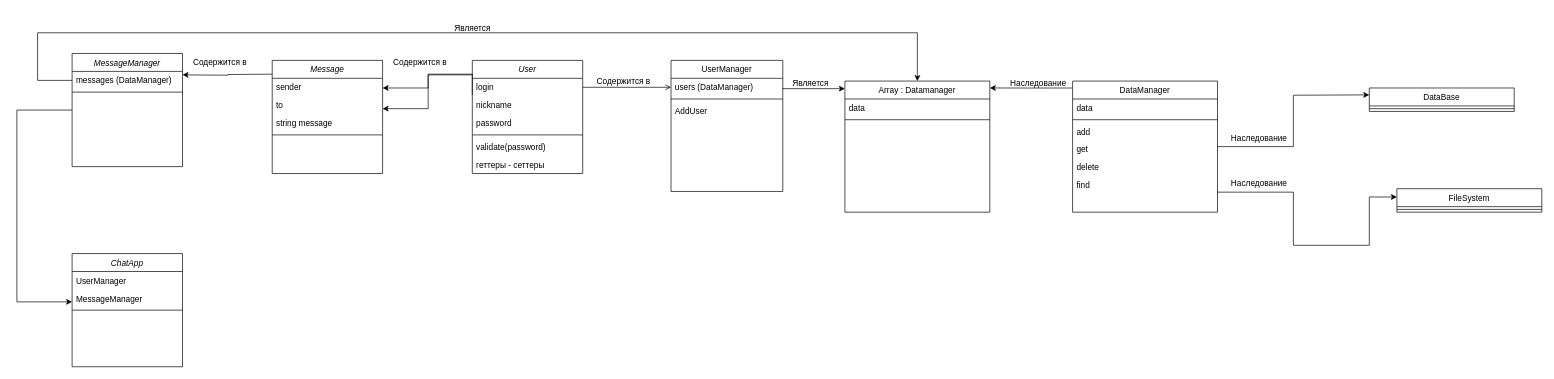
Before: Диаграмма без названия.drawio in Timash538/console-chat, a draw.io diagram. Source tidied: cells renumbered, new cells numbered last; positions are measured from the earlier drawing's top-left corner, leaving out a move shared by most shapes. Both pictures are drawn from the tidied source at 69%, with x=0, y=0 at pixel (17, 12).
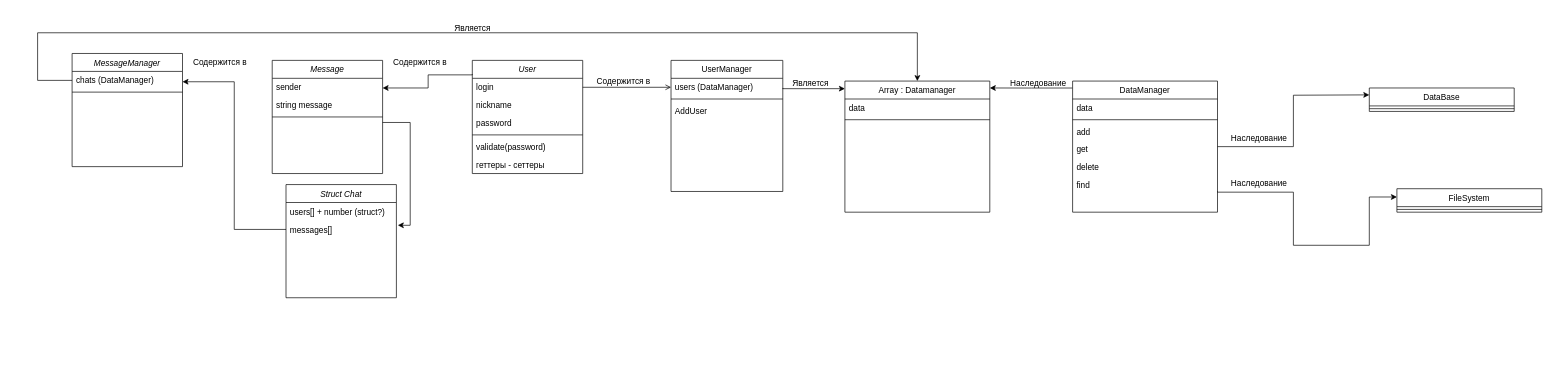
Above is the later version.

Unchanged cells that the change refers to:
```xml
<mxCell id="18" value="Message" style="swimlane;fontStyle=2;align=center;verticalAlign=top;horizontal=1;startSize=26;rounded=0;shadow=0;strokeWidth=1;" parent="1" vertex="1">
  <mxGeometry x="370" y="70" width="160" height="164" as="geometry" />
</mxCell>
<mxCell id="26" value="MessageManager" style="swimlane;fontStyle=2;align=center;verticalAlign=top;horizontal=1;startSize=26;rounded=0;shadow=0;strokeWidth=1;" parent="1" vertex="1">
  <mxGeometry x="80" y="60" width="160" height="164" as="geometry" />
</mxCell>
```

Diff of the diagram source:
```diff
@@
-    <mxCell id="20" value="to" style="text;align=left;verticalAlign=top;spacingLeft=4;spacingRight=4;overflow=hidden;rounded=0;shadow=0;html=0;" parent="18" vertex="1">
-      <mxGeometry y="52" width="160" height="26" as="geometry" />
-    </mxCell>
     <mxCell id="21" value="string message" style="text;align=left;verticalAlign=top;spacingLeft=4;spacingRight=4;overflow=hidden;rounded=0;shadow=0;html=0;" parent="18" vertex="1">
-      <mxGeometry y="78" width="160" height="26" as="geometry" />
+      <mxGeometry y="52" width="160" height="26" as="geometry" />
     </mxCell>
     <mxCell id="22" style="line;html=1;strokeWidth=1;align=left;verticalAlign=middle;spacingTop=-1;spacingLeft=3;spacingRight=3;labelPosition=right;" parent="18" vertex="1">
-      <mxGeometry y="104" width="160" height="8" as="geometry" />
+      <mxGeometry y="78" width="160" height="8" as="geometry" />
     </mxCell>
@@
-    <mxCell id="24" style="edgeStyle=orthogonalEdgeStyle;rounded=0;orthogonalLoop=1;jettySize=auto;html=1;" parent="1" edge="1">
+    <mxCell id="24" style="edgeStyle=orthogonalEdgeStyle;rounded=0;jettySize=auto;html=1;entryX=1.013;entryY=0.269;entryDx=0;entryDy=0;entryPerimeter=0;" parent="1" edge="1" target="60">
       <mxGeometry relative="1" as="geometry">
-        <mxPoint x="370" y="90" as="sourcePoint" />
-        <mxPoint x="240" y="91" as="targetPoint" />
+        <mxPoint x="530" y="160" as="sourcePoint" />
+        <Array as="points">
+          <mxPoint x="570" y="160" />
+          <mxPoint x="570" y="309" />
+        </Array>
       </mxGeometry>
     </mxCell>
-    <mxCell id="25" style="edgeStyle=orthogonalEdgeStyle;rounded=0;jettySize=auto;html=1;" parent="1" edge="1" source="26" target="39">
-      <mxGeometry relative="1" as="geometry">
-        <Array as="points">
-          <mxPoint y="142" />
-          <mxPoint y="420" />
-        </Array>
-      </mxGeometry>
-    </mxCell>
@@
-    <mxCell id="27" value="messages (DataManager)" style="text;align=left;verticalAlign=top;spacingLeft=4;spacingRight=4;overflow=hidden;points=[[0,0.5],[1,0.5]];portConstraint=eastwest;" parent="26" vertex="1">
+    <mxCell id="27" value="chats (DataManager)" style="text;align=left;verticalAlign=top;spacingLeft=4;spacingRight=4;overflow=hidden;points=[[0,0.5],[1,0.5]];portConstraint=eastwest;" parent="26" vertex="1">
       <mxGeometry y="26" width="160" height="26" as="geometry" />
     </mxCell>
@@
-    <mxCell id="34" style="edgeStyle=orthogonalEdgeStyle;rounded=0;orthogonalLoop=1;jettySize=auto;html=1;" parent="1" edge="1">
-      <mxGeometry relative="1" as="geometry">
-        <mxPoint x="660" y="120" as="sourcePoint" />
-        <mxPoint x="530" y="140" as="targetPoint" />
-        <Array as="points">
-          <mxPoint x="660" y="90" />
-          <mxPoint x="596" y="90" />
-          <mxPoint x="596" y="140" />
-        </Array>
-      </mxGeometry>
-    </mxCell>
@@
-    <mxCell id="37" value="ChatApp" style="swimlane;fontStyle=2;align=center;verticalAlign=top;horizontal=1;startSize=26;rounded=0;shadow=0;strokeWidth=1;" parent="1" vertex="1">
-      <mxGeometry x="80" y="350" width="160" height="164" as="geometry" />
-    </mxCell>
-    <mxCell id="38" value="UserManager" style="text;align=left;verticalAlign=top;spacingLeft=4;spacingRight=4;overflow=hidden;" parent="37" vertex="1">
-      <mxGeometry y="26" width="160" height="26" as="geometry" />
-    </mxCell>
-    <mxCell id="39" value="MessageManager" style="text;align=left;verticalAlign=top;spacingLeft=4;spacingRight=4;overflow=hidden;points=[[0,0.5],[1,0.5]];portConstraint=eastwest;rounded=0;shadow=0;html=0;" parent="37" vertex="1">
-      <mxGeometry y="52" width="160" height="26" as="geometry" />
-    </mxCell>
-    <mxCell id="40" style="line;html=1;strokeWidth=1;align=left;verticalAlign=middle;spacingTop=-1;spacingLeft=3;spacingRight=3;labelPosition=right;" parent="37" vertex="1">
-      <mxGeometry y="78" width="160" height="8" as="geometry" />
-    </mxCell>
@@
+    <mxCell id="58" value="Struct Chat" style="swimlane;fontStyle=2;align=center;verticalAlign=top;horizontal=1;startSize=26;rounded=0;shadow=0;strokeWidth=1;" parent="1" vertex="1">
+      <mxGeometry x="390" y="250" width="160" height="164" as="geometry" />
+    </mxCell>
+    <mxCell id="59" value="users[] + number (struct?)" style="text;align=left;verticalAlign=top;spacingLeft=4;spacingRight=4;overflow=hidden;" parent="58" vertex="1">
+      <mxGeometry y="26" width="160" height="26" as="geometry" />
+    </mxCell>
+    <mxCell id="60" value="messages[]" style="text;align=left;verticalAlign=top;spacingLeft=4;spacingRight=4;overflow=hidden;points=[[0,0.5],[1,0.5]];portConstraint=eastwest;" parent="58" vertex="1">
+      <mxGeometry y="52" width="160" height="26" as="geometry" />
+    </mxCell>
+    <mxCell id="61" style="edgeStyle=orthogonalEdgeStyle;rounded=0;jettySize=auto;html=1;entryX=1;entryY=0.25;entryDx=0;entryDy=0;" parent="1" edge="1" source="60" target="26">
+      <mxGeometry relative="1" as="geometry" />
+    </mxCell>
```
